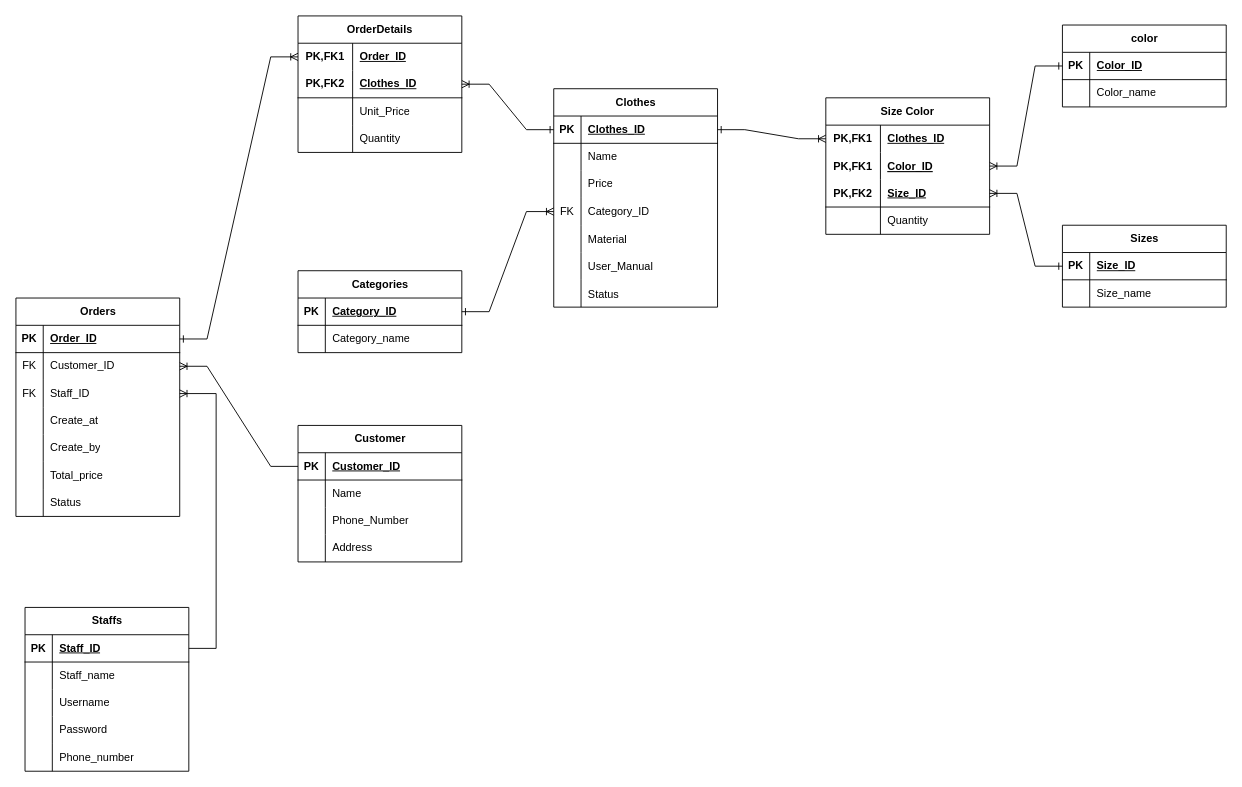
Before: page "ERD physics" (7 of 7) of diagram/diagram.drawio in CuDuyToan/S, a draw.io diagram. Source tidied: cells renumbered, new cells numbered last; positions are measured from the earlier drawing's top-left corner, leaving out a move shared by most shapes. Both pictures are drawn from the tidied source at 91%, with x=0, y=0 at pixel (15, 15).
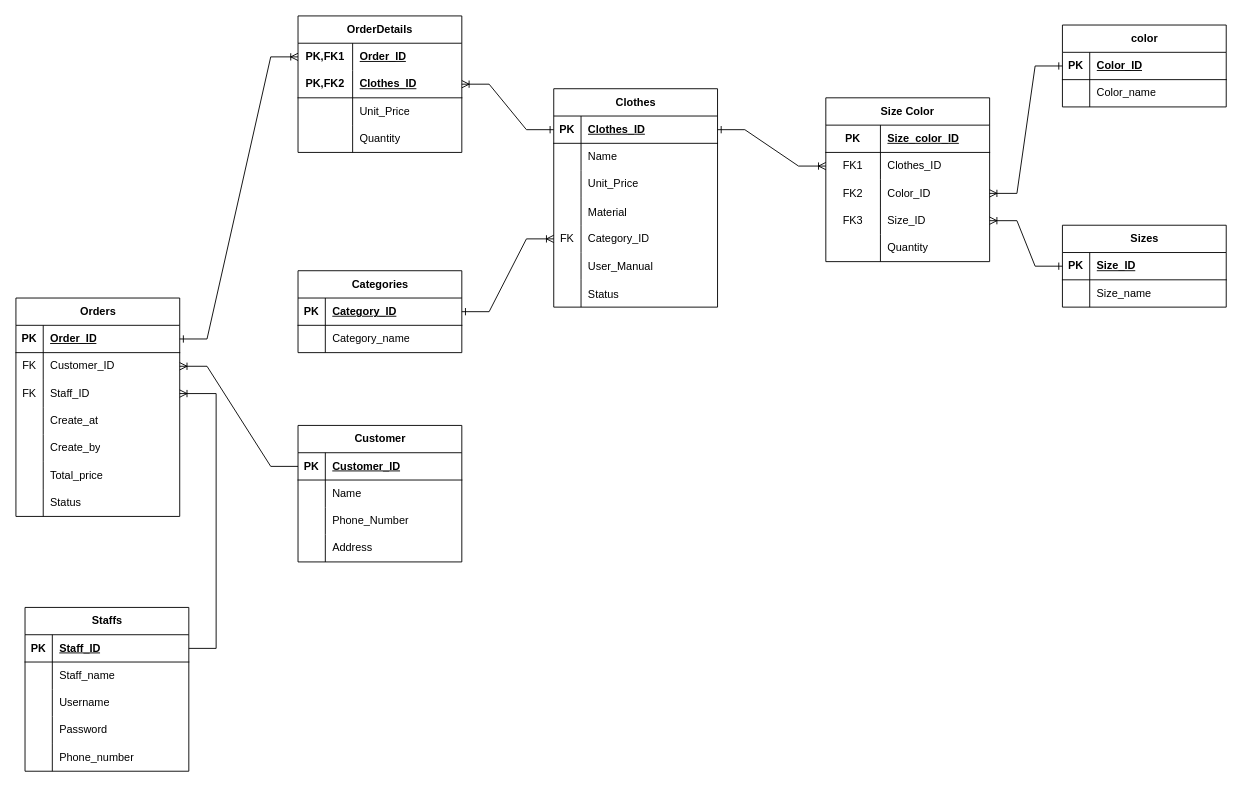
Above is the later version.

Unchanged cells that the change refers to:
```xml
<mxCell id="40" value="Clothes" style="shape=table;startSize=30;childLayout=tableLayout;rowLines=0;fontStyle=1;align=center;html=1;strokeColor=default;fontFamily=Helvetica;fontSize=12;fontColor=default;fillColor=none;" parent="1" vertex="1">
  <mxGeometry x="591" y="80" width="180" height="240" as="geometry" />
</mxCell>
<mxCell id="41" style="shape=tableRow;horizontal=0;startSize=0;swimlaneHead=0;swimlaneBody=0;fillColor=none;points=[[0,0.5],[1,0.5]];portConstraint=eastwest;top=0;left=0;right=0;bottom=1;strokeColor=default;fontFamily=Helvetica;fontSize=12;fontColor=default;html=1;" parent="40" vertex="1">
  <mxGeometry y="30" width="180" height="30" as="geometry" />
</mxCell>
<mxCell id="47" style="shape=tableRow;horizontal=0;startSize=0;swimlaneHead=0;swimlaneBody=0;fillColor=none;top=0;left=0;right=0;bottom=0;strokeColor=default;fontFamily=Helvetica;fontSize=12;fontColor=default;html=1;" parent="40" vertex="1">
  <mxGeometry y="90" width="180" height="30" as="geometry" />
</mxCell>
<mxCell id="93" style="shape=tableRow;horizontal=0;startSize=0;swimlaneHead=0;swimlaneBody=0;fillColor=none;points=[[0,0.5],[1,0.5]];portConstraint=eastwest;top=0;left=0;right=0;bottom=1;strokeColor=default;fontFamily=Helvetica;fontSize=12;fontColor=default;html=1;" parent="92" vertex="1">
  <mxGeometry y="30" width="180" height="30" as="geometry" />
</mxCell>
```

Diff of the diagram source:
```diff
@@
-    <mxCell id="49" value="Price" style="shape=partialRectangle;fillColor=none;top=0;left=0;bottom=0;right=0;align=left;spacingLeft=6;overflow=hidden;whiteSpace=wrap;html=1;strokeColor=default;fontFamily=Helvetica;fontSize=12;fontColor=default;" parent="47" vertex="1">
+    <mxCell id="49" value="Unit_Price" style="shape=partialRectangle;fillColor=none;top=0;left=0;bottom=0;right=0;align=left;spacingLeft=6;overflow=hidden;whiteSpace=wrap;html=1;strokeColor=default;fontFamily=Helvetica;fontSize=12;fontColor=default;" parent="47" vertex="1">
       <mxGeometry x="30" width="150" height="30" as="geometry" />
     </mxCell>
+    <mxCell id="53" style="shape=tableRow;horizontal=0;startSize=0;swimlaneHead=0;swimlaneBody=0;fillColor=none;top=0;left=0;right=0;bottom=0;" parent="40" vertex="1">
+      <mxGeometry y="120" width="180" height="30" as="geometry" />
+    </mxCell>
+    <mxCell id="54" style="shape=partialRectangle;fillColor=none;top=0;left=0;bottom=0;right=0;overflow=hidden;" parent="53" vertex="1">
+      <mxGeometry width="30" height="30" as="geometry" />
+    </mxCell>
+    <mxCell id="55" value="Material" style="shape=partialRectangle;fillColor=none;top=0;left=0;bottom=0;right=0;align=left;spacingLeft=6;overflow=hidden;" parent="53" vertex="1">
+      <mxGeometry x="30" width="150" height="30" as="geometry" />
+    </mxCell>
     <mxCell id="50" style="shape=tableRow;horizontal=0;startSize=0;swimlaneHead=0;swimlaneBody=0;fillColor=none;points=[[0,0.5],[1,0.5]];portConstraint=eastwest;top=0;left=0;right=0;bottom=0;strokeColor=default;fontFamily=Helvetica;fontSize=12;fontColor=default;html=1;" parent="40" vertex="1">
-      <mxGeometry y="120" width="180" height="30" as="geometry" />
+      <mxGeometry y="150" width="180" height="30" as="geometry" />
     </mxCell>
@@
-    <mxCell id="53" style="shape=tableRow;horizontal=0;startSize=0;swimlaneHead=0;swimlaneBody=0;fillColor=none;top=0;left=0;right=0;bottom=0;" parent="40" vertex="1">
-      <mxGeometry y="150" width="180" height="30" as="geometry" />
-    </mxCell>
-    <mxCell id="54" style="shape=partialRectangle;fillColor=none;top=0;left=0;bottom=0;right=0;overflow=hidden;" parent="53" vertex="1">
-      <mxGeometry width="30" height="30" as="geometry" />
-    </mxCell>
-    <mxCell id="55" value="Material" style="shape=partialRectangle;fillColor=none;top=0;left=0;bottom=0;right=0;align=left;spacingLeft=6;overflow=hidden;" parent="53" vertex="1">
-      <mxGeometry x="30" width="150" height="30" as="geometry" />
-    </mxCell>
@@
     <mxCell id="114" value="Size Color" style="shape=table;startSize=30;childLayout=tableLayout;rowLines=0;fontStyle=1;align=center;html=1;whiteSpace=wrap;strokeColor=default;fontFamily=Helvetica;fontSize=12;fontColor=default;fillColor=none;" parent="1" vertex="1">
-      <mxGeometry x="890" y="90" width="180" height="150" as="geometry" />
+      <mxGeometry x="890" y="90" width="180" height="180" as="geometry" />
     </mxCell>
-    <mxCell id="115" style="shape=tableRow;horizontal=0;startSize=0;swimlaneHead=0;swimlaneBody=0;fillColor=none;points=[[0,0.5],[1,0.5]];portConstraint=eastwest;top=0;left=0;right=0;bottom=0;html=1;strokeColor=default;fontFamily=Helvetica;fontSize=12;fontColor=default;" parent="114" vertex="1">
-      <mxGeometry y="30" width="180" height="30" as="geometry" />
-    </mxCell>
-    <mxCell id="116" value="PK,FK1" style="shape=partialRectangle;fillColor=none;top=0;left=0;bottom=0;right=0;fontStyle=1;overflow=hidden;html=1;whiteSpace=wrap;strokeColor=default;fontFamily=Helvetica;fontSize=12;fontColor=default;" parent="115" vertex="1">
-      <mxGeometry width="60" height="30" as="geometry" />
-    </mxCell>
+    <mxCell id="130" style="shape=tableRow;horizontal=0;startSize=0;swimlaneHead=0;swimlaneBody=0;fillColor=none;top=0;left=0;right=0;bottom=1;" parent="114" vertex="1">
+      <mxGeometry y="30" width="180" height="30" as="geometry" />
+    </mxCell>
+    <mxCell id="131" value="PK" style="shape=partialRectangle;fillColor=none;top=0;left=0;bottom=0;right=0;fontStyle=1;overflow=hidden;whiteSpace=wrap;html=1;" parent="130" vertex="1">
+      <mxGeometry width="60" height="30" as="geometry" />
+    </mxCell>
+    <mxCell id="132" value="Size_color_ID" style="shape=partialRectangle;fillColor=none;top=0;left=0;bottom=0;right=0;align=left;spacingLeft=6;fontStyle=5;overflow=hidden;whiteSpace=wrap;html=1;" parent="130" vertex="1">
+      <mxGeometry x="60" width="120" height="30" as="geometry" />
+    </mxCell>
+    <mxCell id="133" style="shape=tableRow;horizontal=0;startSize=0;swimlaneHead=0;swimlaneBody=0;fillColor=none;points=[[0,0.5],[1,0.5]];portConstraint=eastwest;top=0;left=0;right=0;bottom=0;" parent="114" vertex="1">
+      <mxGeometry y="60" width="180" height="30" as="geometry" />
+    </mxCell>
+    <mxCell id="134" value="FK1" style="shape=partialRectangle;fillColor=none;top=0;left=0;bottom=0;right=0;fontStyle=0;overflow=hidden;whiteSpace=wrap;html=1;" parent="133" vertex="1">
+      <mxGeometry width="60" height="30" as="geometry" />
+    </mxCell>
-    <mxCell id="117" value="Clothes_ID" style="shape=partialRectangle;fillColor=none;top=0;left=0;bottom=0;right=0;align=left;spacingLeft=6;fontStyle=5;overflow=hidden;html=1;whiteSpace=wrap;strokeColor=default;fontFamily=Helvetica;fontSize=12;fontColor=default;" parent="115" vertex="1">
+    <mxCell id="117" value="Clothes_ID" style="shape=partialRectangle;fillColor=none;top=0;left=0;bottom=0;right=0;align=left;spacingLeft=6;fontStyle=0;overflow=hidden;whiteSpace=wrap;html=1;" parent="133" vertex="1">
       <mxGeometry x="60" width="120" height="30" as="geometry" />
     </mxCell>
     <mxCell id="118" style="shape=tableRow;horizontal=0;startSize=0;swimlaneHead=0;swimlaneBody=0;fillColor=none;points=[[0,0.5],[1,0.5]];portConstraint=eastwest;top=0;left=0;right=0;bottom=0;" parent="114" vertex="1">
-      <mxGeometry y="60" width="180" height="30" as="geometry" />
+      <mxGeometry y="90" width="180" height="30" as="geometry" />
     </mxCell>
-    <mxCell id="119" value="PK,FK1" style="shape=partialRectangle;fillColor=none;top=0;left=0;bottom=0;right=0;overflow=hidden;fontStyle=1;" parent="118" vertex="1">
+    <mxCell id="119" value="FK2" style="shape=partialRectangle;fillColor=none;top=0;left=0;bottom=0;right=0;overflow=hidden;fontStyle=0;" parent="118" vertex="1">
       <mxGeometry width="60" height="30" as="geometry" />
     </mxCell>
-    <mxCell id="120" value="Color_ID" style="shape=partialRectangle;fillColor=none;top=0;left=0;bottom=0;right=0;align=left;spacingLeft=6;overflow=hidden;fontStyle=5;" parent="118" vertex="1">
+    <mxCell id="120" value="Color_ID" style="shape=partialRectangle;fillColor=none;top=0;left=0;bottom=0;right=0;align=left;spacingLeft=6;overflow=hidden;fontStyle=0;" parent="118" vertex="1">
       <mxGeometry x="60" width="120" height="30" as="geometry" />
     </mxCell>
-    <mxCell id="121" style="shape=tableRow;horizontal=0;startSize=0;swimlaneHead=0;swimlaneBody=0;fillColor=none;points=[[0,0.5],[1,0.5]];portConstraint=eastwest;top=0;left=0;right=0;bottom=1;html=1;strokeColor=default;fontFamily=Helvetica;fontSize=12;fontColor=default;" parent="114" vertex="1">
-      <mxGeometry y="90" width="180" height="30" as="geometry" />
-    </mxCell>
-    <mxCell id="122" value="PK,FK2" style="shape=partialRectangle;fillColor=none;top=0;left=0;bottom=0;right=0;fontStyle=1;overflow=hidden;html=1;whiteSpace=wrap;strokeColor=default;fontFamily=Helvetica;fontSize=12;fontColor=default;" parent="121" vertex="1">
-      <mxGeometry width="60" height="30" as="geometry" />
-    </mxCell>
+    <mxCell id="135" style="shape=tableRow;horizontal=0;startSize=0;swimlaneHead=0;swimlaneBody=0;fillColor=none;points=[[0,0.5],[1,0.5]];portConstraint=eastwest;top=0;left=0;right=0;bottom=0;" parent="114" vertex="1">
+      <mxGeometry y="120" width="180" height="30" as="geometry" />
+    </mxCell>
+    <mxCell id="136" value="FK3" style="shape=partialRectangle;fillColor=none;top=0;left=0;bottom=0;right=0;fontStyle=0;overflow=hidden;whiteSpace=wrap;html=1;" parent="135" vertex="1">
+      <mxGeometry width="60" height="30" as="geometry" />
+    </mxCell>
-    <mxCell id="123" value="Size_ID" style="shape=partialRectangle;fillColor=none;top=0;left=0;bottom=0;right=0;align=left;spacingLeft=6;fontStyle=5;overflow=hidden;html=1;whiteSpace=wrap;strokeColor=default;fontFamily=Helvetica;fontSize=12;fontColor=default;" parent="121" vertex="1">
+    <mxCell id="123" value="Size_ID" style="shape=partialRectangle;fillColor=none;top=0;left=0;bottom=0;right=0;align=left;spacingLeft=6;fontStyle=0;overflow=hidden;whiteSpace=wrap;html=1;" parent="135" vertex="1">
       <mxGeometry x="60" width="120" height="30" as="geometry" />
     </mxCell>
     <mxCell id="124" style="shape=tableRow;horizontal=0;startSize=0;swimlaneHead=0;swimlaneBody=0;fillColor=none;top=0;left=0;right=0;bottom=0;html=1;strokeColor=default;fontFamily=Helvetica;fontSize=12;fontColor=default;" parent="114" vertex="1">
-      <mxGeometry y="120" width="180" height="30" as="geometry" />
+      <mxGeometry y="150" width="180" height="30" as="geometry" />
     </mxCell>
@@
-    <mxCell id="127" style="edgeStyle=entityRelationEdgeStyle;fontSize=12;html=1;endArrow=ERoneToMany;startArrow=ERone;rounded=0;endFill=0;startFill=0;" parent="1" edge="1" source="41" target="115">
+    <mxCell id="127" style="edgeStyle=entityRelationEdgeStyle;fontSize=12;html=1;endArrow=ERoneToMany;startArrow=ERone;rounded=0;endFill=0;startFill=0;" parent="1" edge="1" source="41" target="133">
       <mxGeometry relative="1" as="geometry" />
     </mxCell>
@@
-    <mxCell id="129" style="edgeStyle=entityRelationEdgeStyle;fontSize=12;html=1;endArrow=ERoneToMany;startArrow=ERone;rounded=0;startFill=0;" parent="1" edge="1" source="93" target="121">
+    <mxCell id="129" style="edgeStyle=entityRelationEdgeStyle;fontSize=12;html=1;endArrow=ERoneToMany;startArrow=ERone;rounded=0;startFill=0;" parent="1" edge="1" source="93" target="135">
       <mxGeometry relative="1" as="geometry" />
     </mxCell>
```
